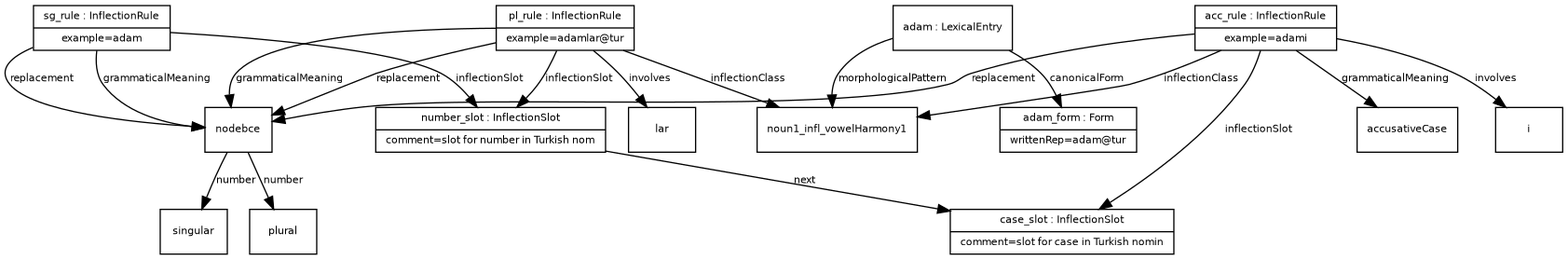
The Graphviz diagram examples/example_13.png in ontolex/morph, before a commit. Its source is kept beside it as examples/example_13.dot.
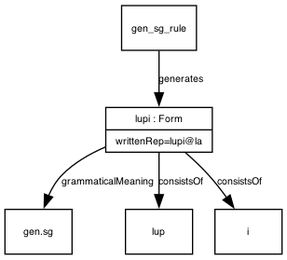
After the commit.

The edit, as a diff of the source:
```diff
@@ -13,40 +13,13 @@
       fontsize = 8
     ]
 
-nodebce [ label="{nodebce|source=$\ltarget=i@tur}" ]
-acc_rule -> nodebce [ label="replacement" ]
-noun1_infl_vowelHarmony1 [ label="{noun1_infl_vowelHarmony1}" ]
-acc_rule -> noun1_infl_vowelHarmony1 [ label="inflectionClass" ]
-accusativeCase [ label="{accusativeCase}" ]
-acc_rule -> accusativeCase [ label="grammaticalMeaning" ]
+gensg [ label="{gen.sg}" ]
+lupi -> gensg [ label="grammaticalMeaning" ]
+lup [ label="{lup}" ]
+lupi -> lup [ label="consistsOf" ]
 i [ label="{i}" ]
-acc_rule -> i [ label="involves" ]
-case_slot [ label="{case_slot : InflectionSlot|comment=slot for case in Turkish nomin}" ]
-acc_rule -> case_slot [ label="inflectionSlot" ]
-acc_rule [ label="{acc_rule : InflectionRule|example=adami}" ]
-nodebce [ label="{nodebce|source=$\ltarget=@tur}" ]
-sg_rule -> nodebce [ label="replacement" ]
-singular [ label="{singular}" ]
-nodebce -> singular [ label="number" ]
-nodebce [ label="{nodebce}" ]
-sg_rule -> nodebce [ label="grammaticalMeaning" ]
-number_slot -> case_slot [ label="next" ]
-number_slot [ label="{number_slot : InflectionSlot|comment=slot for number in Turkish nom}" ]
-sg_rule -> number_slot [ label="inflectionSlot" ]
-sg_rule [ label="{sg_rule : InflectionRule|example=adam}" ]
-adam_form [ label="{adam_form : Form|writtenRep=adam@tur}" ]
-adam -> adam_form [ label="canonicalForm" ]
-adam -> noun1_infl_vowelHarmony1 [ label="morphologicalPattern" ]
-adam [ label="{adam : LexicalEntry}" ]
-nodebce [ label="{nodebce|source=$\ltarget=lar@tur}" ]
-pl_rule -> nodebce [ label="replacement" ]
-pl_rule -> noun1_infl_vowelHarmony1 [ label="inflectionClass" ]
-plural [ label="{plural}" ]
-nodebce -> plural [ label="number" ]
-nodebce [ label="{nodebce}" ]
-pl_rule -> nodebce [ label="grammaticalMeaning" ]
-lar [ label="{lar}" ]
-pl_rule -> lar [ label="involves" ]
-pl_rule -> number_slot [ label="inflectionSlot" ]
-pl_rule [ label="{pl_rule : InflectionRule|example=adamlar@tur}" ]
+lupi -> i [ label="consistsOf" ]
+lupi [ label="{lupi : Form|writtenRep=lupi@la}" ]
+gen_sg_rule -> lupi [ label="generates" ]
+gen_sg_rule [ label="{gen_sg_rule}" ]
 }
```
